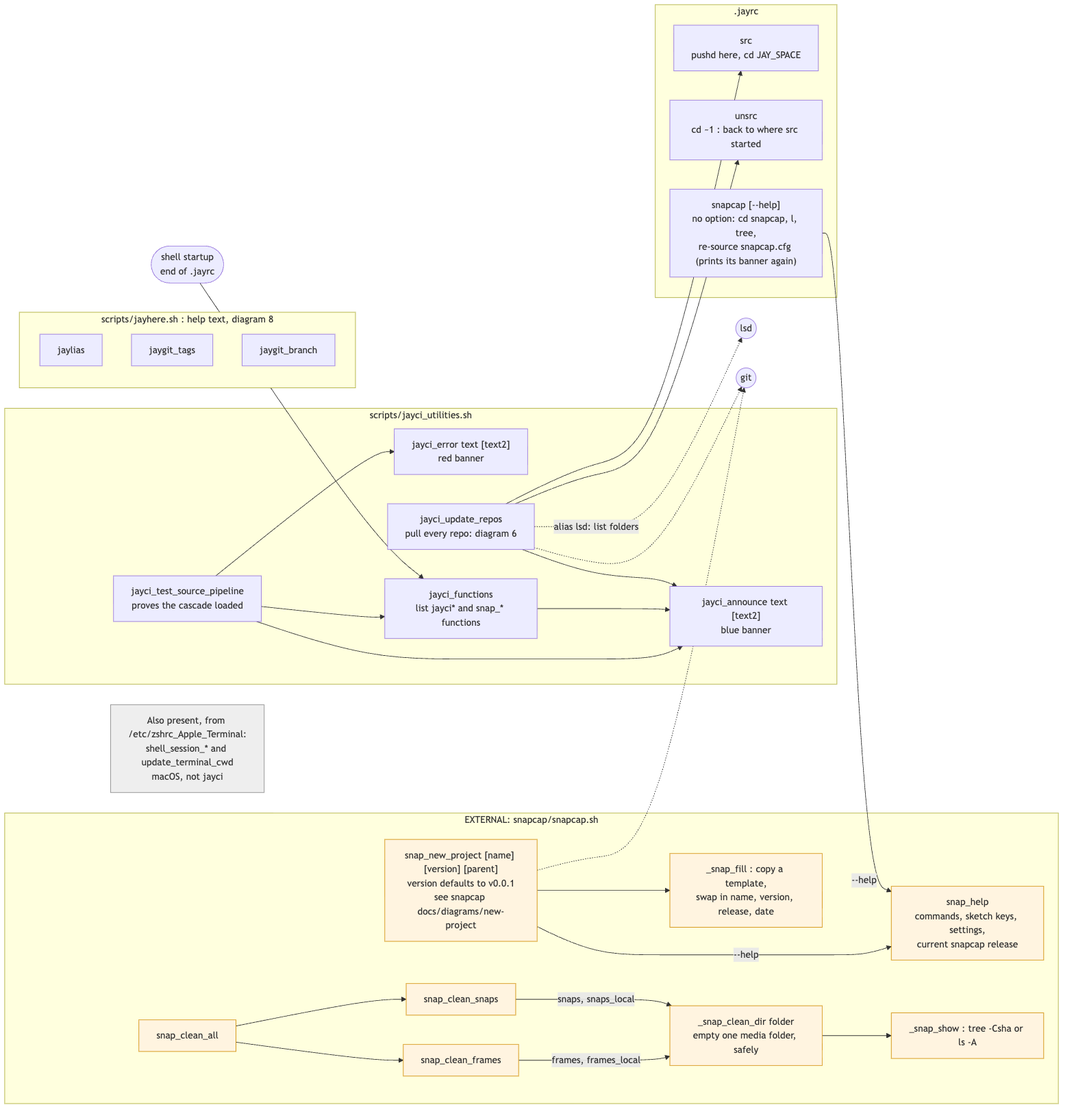
Before: docs/diagrams/5-functions.png, a diagram exported from Mermaid (jaycody/jayci). Its source is kept beside it as docs/diagrams/5-functions.mmd.
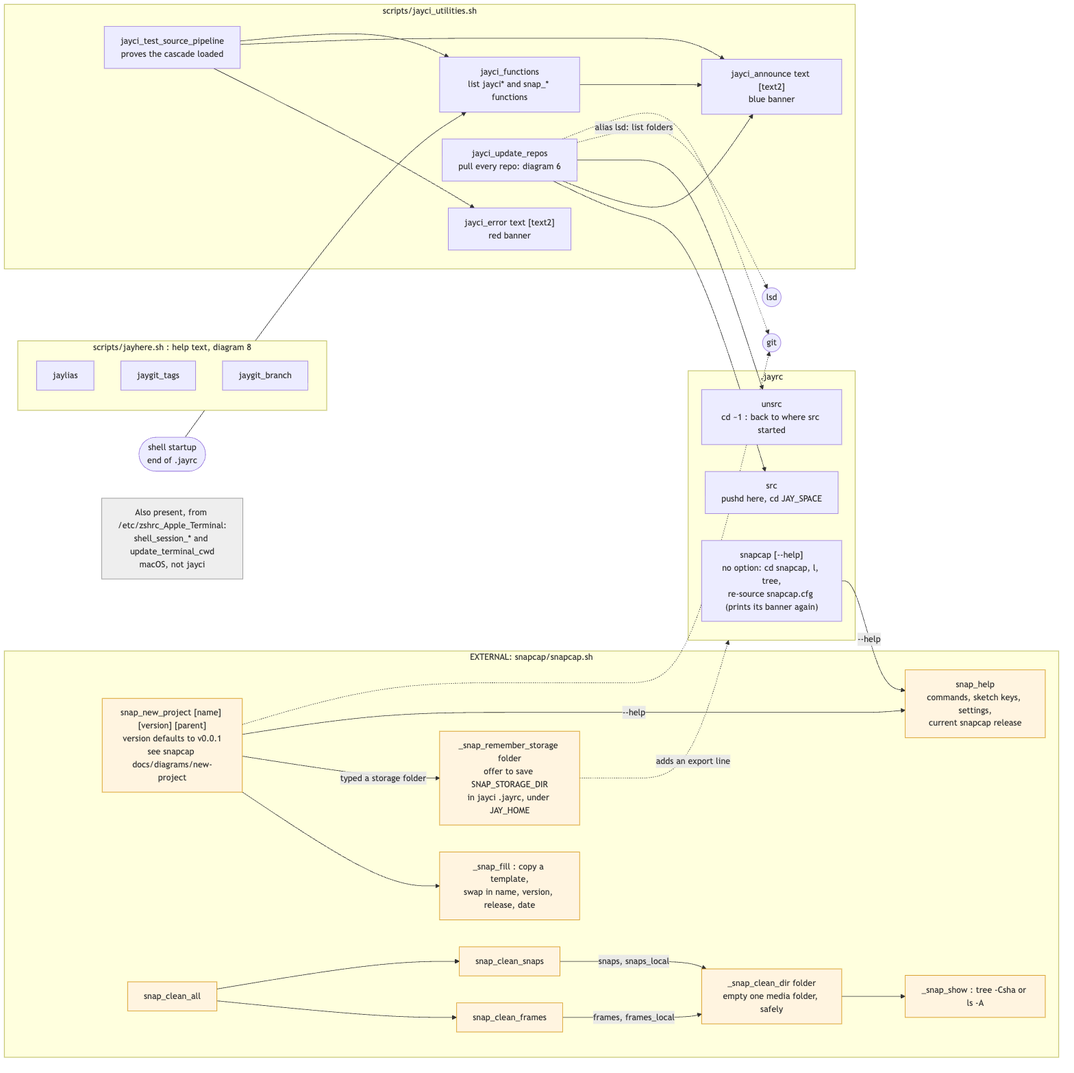
Above is the later version.

Commit message:
Diagrams: _snap_remember_storage, gh on PATH, current branch examples

What changed in the source:
```diff
@@ -23,6 +23,7 @@
         np["snap_new_project [name] [version] [parent]<br/>version defaults to v0.0.1<br/>see snapcap docs/diagrams/new-project"]
         hp["snap_help<br/>commands, sketch keys, settings,<br/>current snapcap release"]
         fill["_snap_fill : copy a template,<br/>swap in name, version, release, date"]
+        rem["_snap_remember_storage folder<br/>offer to save SNAP_STORAGE_DIR<br/>in jayci .jayrc, under JAY_HOME"]
         ca["snap_clean_all"]
         cf["snap_clean_frames"]
         cs["snap_clean_snaps"]
@@ -41,6 +42,8 @@
     upd -.-> GIT(("git"))
 
     np --> fill
+    np -->|"typed a storage folder"| rem
+    rem -.->|"adds an export line"| JAYRC
     np -->|"--help"| hp
     sc -->|"--help"| hp
     np -.-> GIT
@@ -55,5 +58,5 @@
 
     classDef ext fill:#fff4e0,stroke:#d08a00,color:#333
     classDef sys fill:#eeeeee,stroke:#888,color:#333
-    class np,fill,ca,cf,cs,cd1,show,hp ext
+    class np,fill,rem,ca,cf,cs,cd1,show,hp ext
     class MAC sys
```
